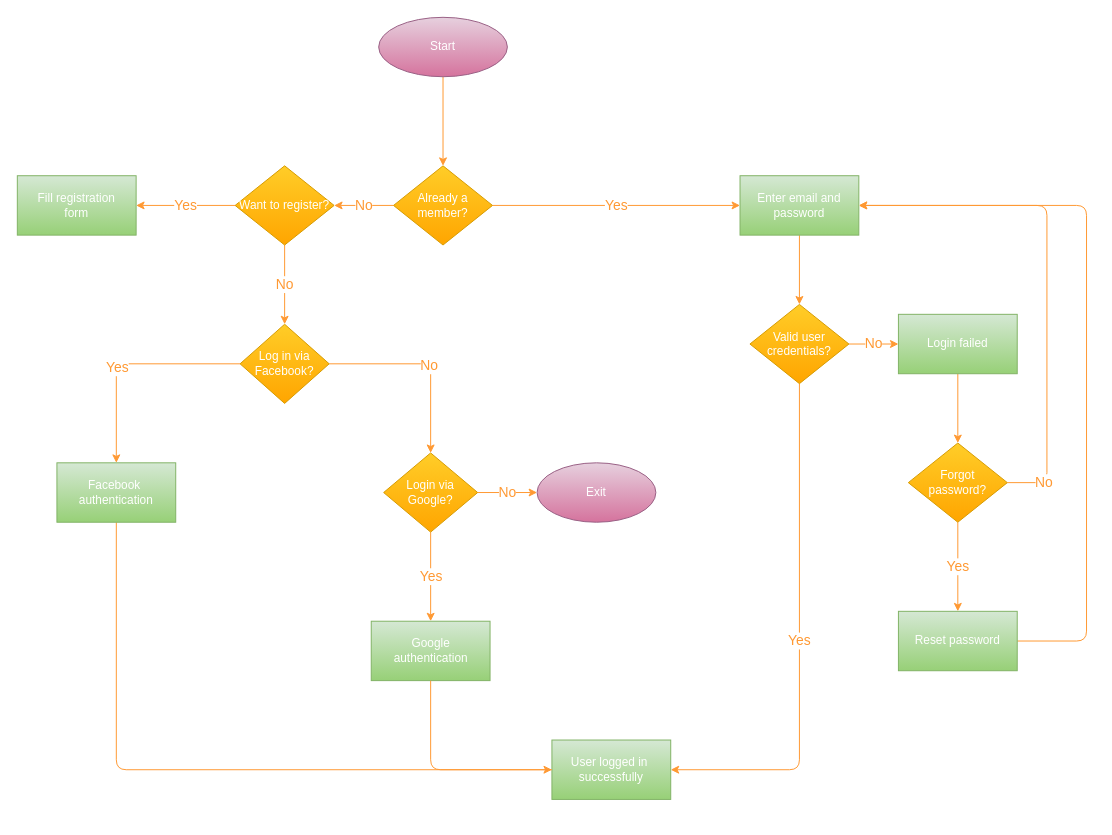
Above: TeamProject1.drawio in parkeraustin72/CTIS345 (draw.io), before the change. Source tidied: cells renumbered, new cells numbered last; positions are measured from the earlier drawing's top-left corner, leaving out a move shared by most shapes. Both pictures are drawn from the tidied source at 99%, with x=0, y=0 at pixel (17, 17).
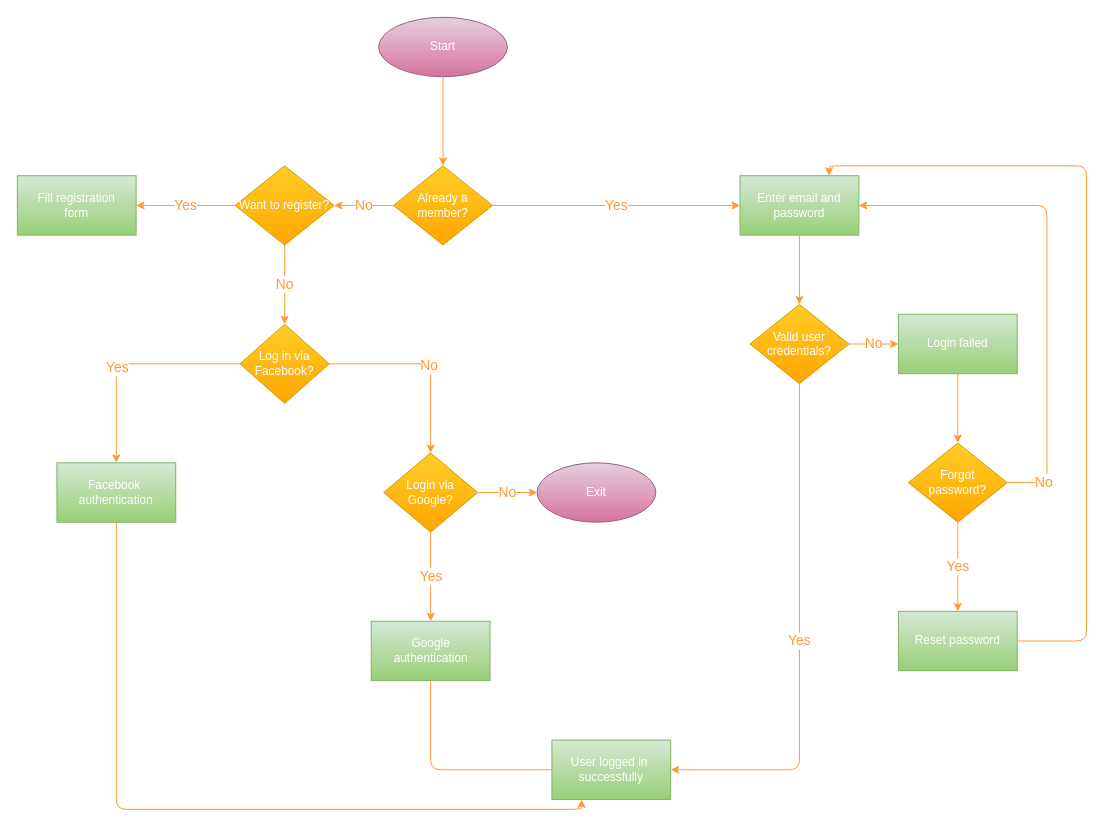
After the change.

The change refers to these unchanged cells:
```xml
<mxCell id="12" value="&lt;font color=&quot;#ffffff&quot;&gt;Enter email and&lt;br&gt;password&lt;/font&gt;" style="whiteSpace=wrap;html=1;fillColor=#d5e8d4;gradientColor=#97d077;strokeColor=#82b366;" parent="1" vertex="1">
  <mxGeometry x="730" y="160" width="120" height="60" as="geometry" />
</mxCell>
<mxCell id="19" value="&lt;font color=&quot;#ffffff&quot;&gt;Facebook&amp;nbsp;&lt;br&gt;authentication&lt;/font&gt;" style="whiteSpace=wrap;html=1;fillColor=#d5e8d4;gradientColor=#97d077;strokeColor=#82b366;" parent="1" vertex="1">
  <mxGeometry x="40" y="450" width="120" height="60" as="geometry" />
</mxCell>
<mxCell id="35" value="&lt;font color=&quot;#ffffff&quot;&gt;Reset password&lt;/font&gt;" style="whiteSpace=wrap;html=1;fillColor=#d5e8d4;strokeColor=#82b366;gradientColor=#97d077;" parent="1" vertex="1">
  <mxGeometry x="890" y="600" width="120" height="60" as="geometry" />
</mxCell>
<mxCell id="36" value="&lt;font color=&quot;#ffffff&quot;&gt;User logged in&amp;nbsp;&lt;br&gt;successfully&lt;/font&gt;" style="whiteSpace=wrap;html=1;fillColor=#d5e8d4;gradientColor=#97d077;strokeColor=#82b366;" parent="1" vertex="1">
  <mxGeometry x="540" y="730" width="120" height="60" as="geometry" />
</mxCell>
```

Diff of the diagram source:
```diff
@@
-    <mxCell id="18" style="edgeStyle=orthogonalEdgeStyle;rounded=1;jettySize=auto;html=1;entryX=0;entryY=0.5;entryDx=0;entryDy=0;strokeColor=#FF9933;" parent="1" edge="1" source="19" target="36">
+    <mxCell id="18" style="edgeStyle=orthogonalEdgeStyle;rounded=1;jettySize=auto;html=1;entryX=0.25;entryY=1;entryDx=0;entryDy=0;strokeColor=#FF9933;" parent="1" edge="1" source="19" target="36">
       <mxGeometry relative="1" as="geometry">
         <Array as="points">
-          <mxPoint x="100" y="760" />
+          <mxPoint x="100" y="800" />
+          <mxPoint x="570" y="800" />
         </Array>
       </mxGeometry>
     </mxCell>
@@
-    <mxCell id="34" style="edgeStyle=orthogonalEdgeStyle;rounded=1;jettySize=auto;html=1;exitX=1;exitY=0.5;exitDx=0;exitDy=0;strokeColor=#FF9933;" parent="1" edge="1" source="35">
+    <mxCell id="34" style="edgeStyle=orthogonalEdgeStyle;rounded=1;jettySize=auto;html=1;exitX=1;exitY=0.5;exitDx=0;exitDy=0;strokeColor=#FF9933;entryX=0.75;entryY=0;entryDx=0;entryDy=0;" parent="1" edge="1" source="35" target="12">
       <mxGeometry relative="1" as="geometry">
-        <mxPoint x="850" y="190" as="targetPoint" />
         <Array as="points">
           <mxPoint x="1080" y="630" />
-          <mxPoint x="1080" y="190" />
+          <mxPoint x="1080" y="150" />
+          <mxPoint x="820" y="150" />
         </Array>
       </mxGeometry>
     </mxCell>
```
